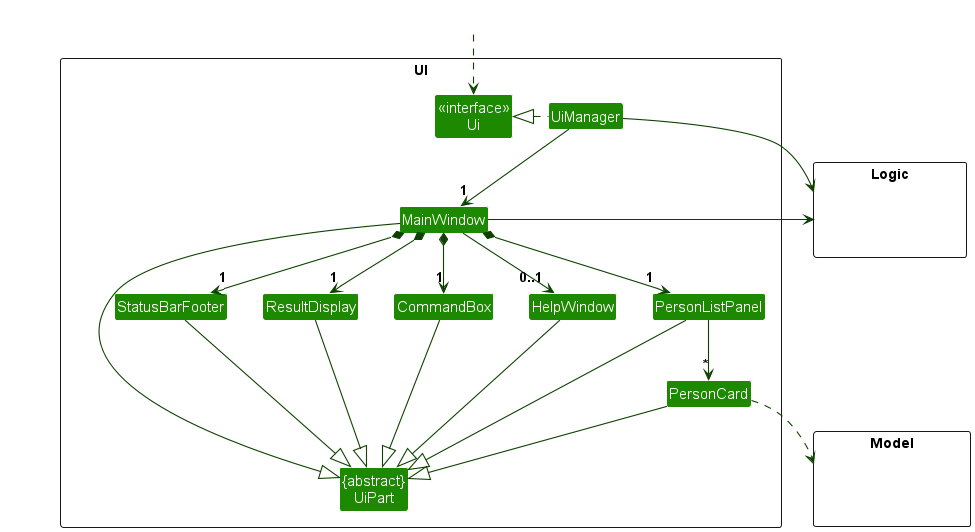
Earlier version of the PlantUML export images/UiClassDiagram.png (AY2627S1-CS2103T-W14-3/tp). Source of this version:
```plantuml
@startuml
!include style.puml
skinparam arrowThickness 1.1
skinparam arrowColor UI_COLOR_T4
skinparam classBackgroundColor UI_COLOR

package UI <<Rectangle>>{
Class "<<interface>>\nUi" as Ui
Class "{abstract}\nUiPart" as UiPart
Class UiManager
Class MainWindow
Class HelpWindow
Class ResultDisplay
Class PersonListPanel
Class PersonCard
Class StatusBarFooter
Class CommandBox
}

package Model <<Rectangle>> {
Class HiddenModel #FFFFFF
}

package Logic <<Rectangle>> {
Class HiddenLogic #FFFFFF
}

Class HiddenOutside #FFFFFF
HiddenOutside ..> Ui

UiManager .left.|> Ui
UiManager -down-> "1" MainWindow
MainWindow *-down->  "1" CommandBox
MainWindow *-down-> "1" ResultDisplay
MainWindow *-down-> "1" PersonListPanel
MainWindow *-down-> "1" StatusBarFooter
MainWindow --> "0..1" HelpWindow

PersonListPanel -down-> "*" PersonCard

MainWindow -left-|> UiPart

ResultDisplay --|> UiPart
CommandBox --|> UiPart
PersonListPanel --|> UiPart
PersonCard --|> UiPart
StatusBarFooter --|> UiPart
HelpWindow --|> UiPart

PersonCard ..> Model
UiManager -right-> Logic
MainWindow -left-> Logic

PersonListPanel -[hidden]left- HelpWindow
HelpWindow -[hidden]left- CommandBox
CommandBox -[hidden]left- ResultDisplay
ResultDisplay -[hidden]left- StatusBarFooter

MainWindow -[hidden]-|> UiPart
@enduml
```
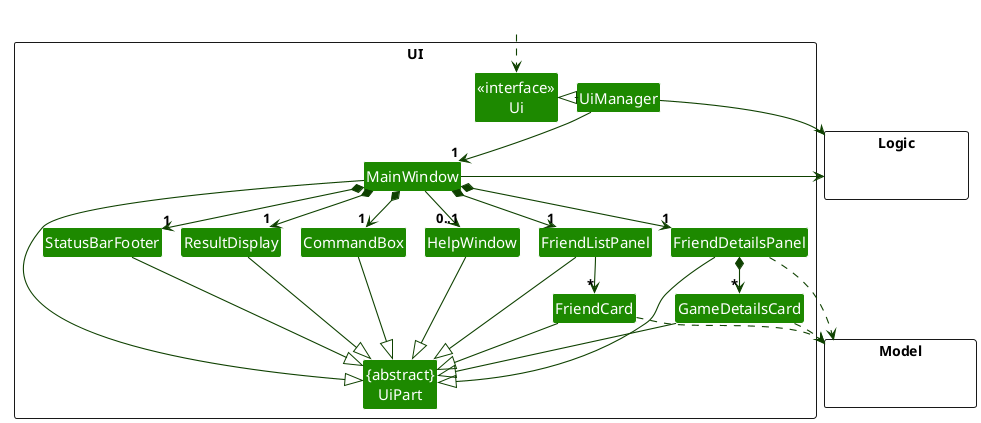
Above is the later version.

The edit, as a diff of the source:
```diff
@@ -1,4 +1,5 @@
 @startuml
+!pragma layout smetana
 !include style.puml
 skinparam arrowThickness 1.1
 skinparam arrowColor UI_COLOR_T4
@@ -11,8 +12,10 @@
 Class MainWindow
 Class HelpWindow
 Class ResultDisplay
-Class PersonListPanel
-Class PersonCard
+Class FriendListPanel
+Class FriendCard
+Class FriendDetailsPanel
+Class GameDetailsCard
 Class StatusBarFooter
 Class CommandBox
 }
@@ -32,26 +35,32 @@
 UiManager -down-> "1" MainWindow
 MainWindow *-down->  "1" CommandBox
 MainWindow *-down-> "1" ResultDisplay
-MainWindow *-down-> "1" PersonListPanel
+MainWindow *-down-> "1" FriendListPanel
+MainWindow *-down-> "1" FriendDetailsPanel
 MainWindow *-down-> "1" StatusBarFooter
 MainWindow --> "0..1" HelpWindow
 
-PersonListPanel -down-> "*" PersonCard
+FriendListPanel -down-> "*" FriendCard
+FriendDetailsPanel *-down-> "*" GameDetailsCard
 
 MainWindow -left-|> UiPart
 
 ResultDisplay --|> UiPart
 CommandBox --|> UiPart
-PersonListPanel --|> UiPart
-PersonCard --|> UiPart
+FriendListPanel --|> UiPart
+FriendCard --|> UiPart
+FriendDetailsPanel --|> UiPart
+GameDetailsCard --|> UiPart
 StatusBarFooter --|> UiPart
 HelpWindow --|> UiPart
 
-PersonCard ..> Model
+FriendCard ..> Model
+FriendDetailsPanel ..> Model
+GameDetailsCard ..> Model
 UiManager -right-> Logic
 MainWindow -left-> Logic
 
-PersonListPanel -[hidden]left- HelpWindow
+FriendListPanel -[hidden]left- HelpWindow
 HelpWindow -[hidden]left- CommandBox
 CommandBox -[hidden]left- ResultDisplay
 ResultDisplay -[hidden]left- StatusBarFooter
```
